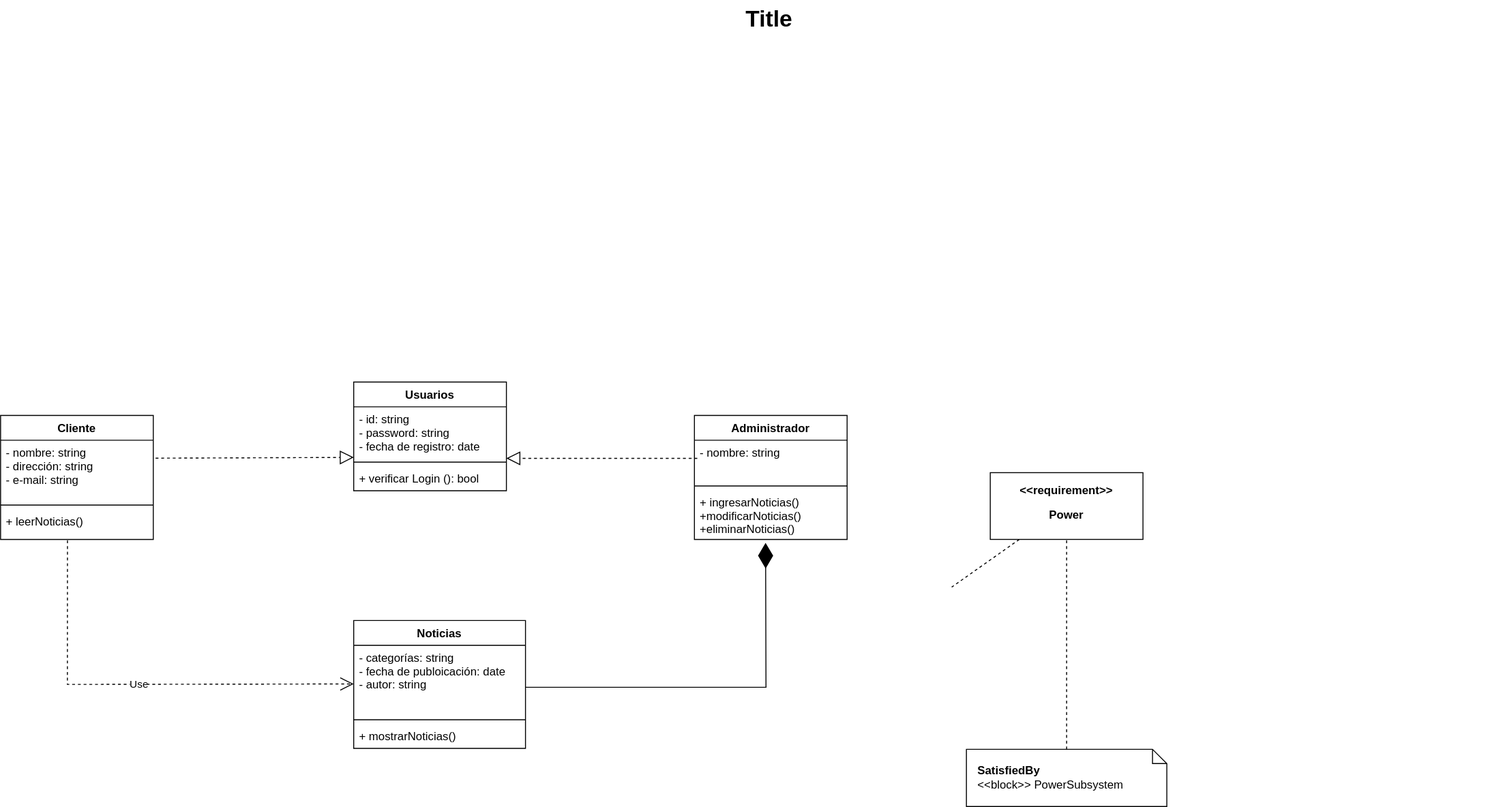
Earlier version of the draw.io export Diagrama de clases en UML - Diario News.drawio.svg (gabyugarte/Diario_news). Source tidied: cells renumbered, new cells last; positions are measured from the earlier drawing's top-left corner, leaving out a move shared by most shapes.
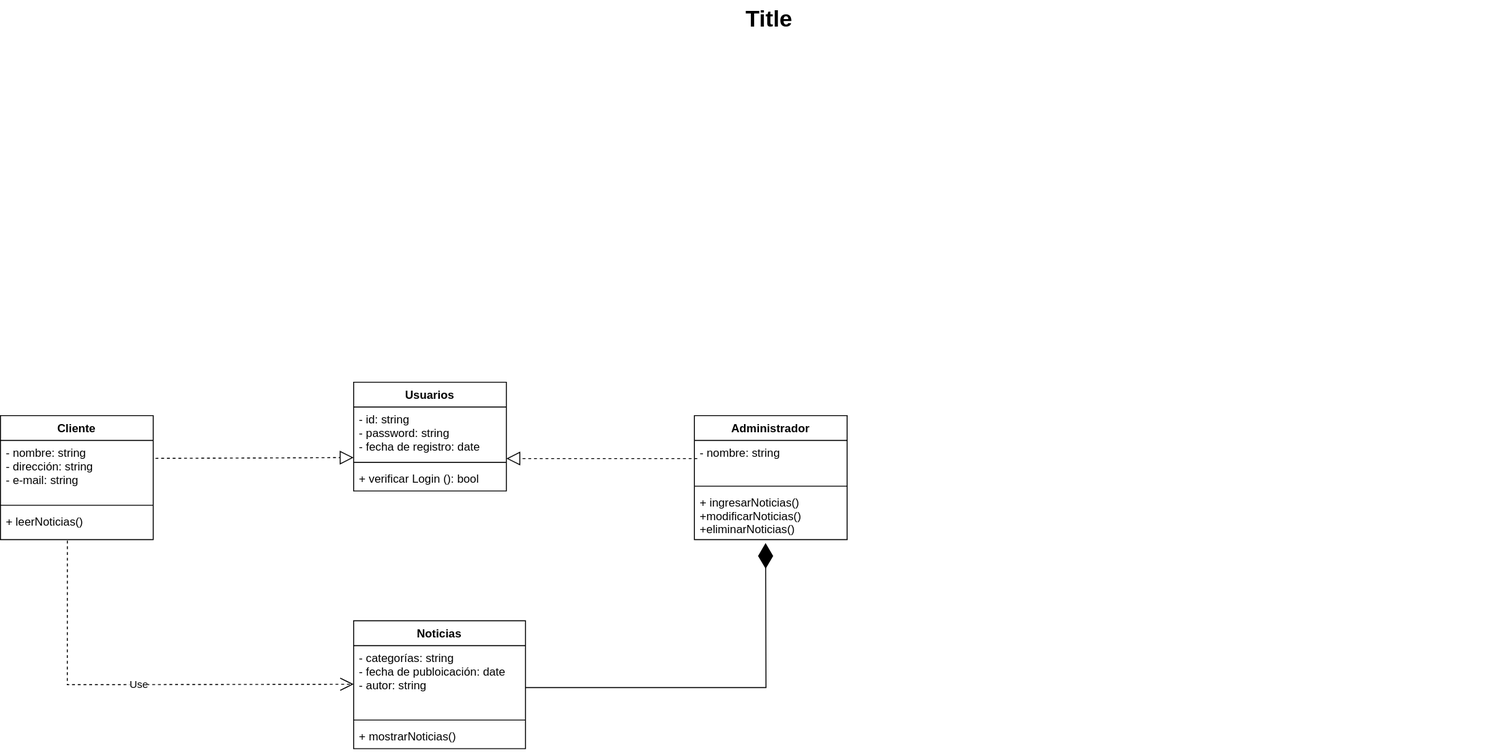
The same file after the commit.

Diff of the diagram source:
```diff
@@ -2,20 +2,6 @@
   <root>
     <mxCell id="0" style="html=1;" />
     <mxCell id="1" style="html=1;" parent="0" />
-    <mxCell id="2" style="edgeStyle=none;rounded=0;html=1;dashed=1;endArrow=none;endFill=0;jettySize=auto;" parent="1" edge="1" source="3">
-      <mxGeometry relative="1" as="geometry">
-        <mxPoint x="996.6" y="615" as="targetPoint" />
-      </mxGeometry>
-    </mxCell>
-    <mxCell id="3" value="&lt;p&gt;&amp;lt;&amp;lt;requirement&amp;gt;&amp;gt;&lt;/p&gt;&lt;p&gt;Power&lt;/p&gt;" style="shape=rect;html=1;overflow=fill;whiteSpace=wrap;align=center;fontStyle=1;" parent="1" vertex="1">
-      <mxGeometry x="1037" y="495" width="160" height="70" as="geometry" />
-    </mxCell>
-    <mxCell id="4" style="edgeStyle=none;rounded=0;html=1;dashed=1;endArrow=none;endFill=0;jettySize=auto;" parent="1" edge="1" source="5" target="3">
-      <mxGeometry relative="1" as="geometry" />
-    </mxCell>
-    <mxCell id="5" value="&lt;b&gt;SatisfiedBy&lt;/b&gt;&lt;div&gt;&amp;lt;&amp;lt;block&amp;gt;&amp;gt; PowerSubsystem&lt;/div&gt;" style="shape=note;size=15;align=left;spacingLeft=10;html=1;whiteSpace=wrap;strokeWidth=1;fontSize=12;" parent="1" vertex="1">
-      <mxGeometry x="1012" y="785" width="210" height="60" as="geometry" />
-    </mxCell>
     <mxCell id="6" value="Title" style="text;strokeColor=none;fillColor=none;html=1;fontSize=24;fontStyle=1;verticalAlign=middle;align=center;" parent="1" vertex="1">
       <mxGeometry x="50" width="1510" height="40" as="geometry" />
     </mxCell>
```
